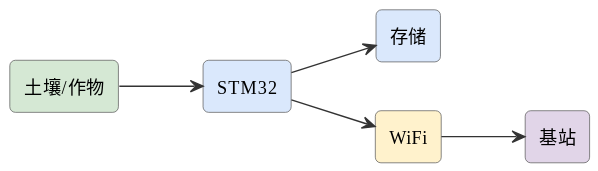
Earlier version of the PlantUML export assets/diagrams/ideas-fig26.svg (mingyi0818/IntelligentMcuCourse).
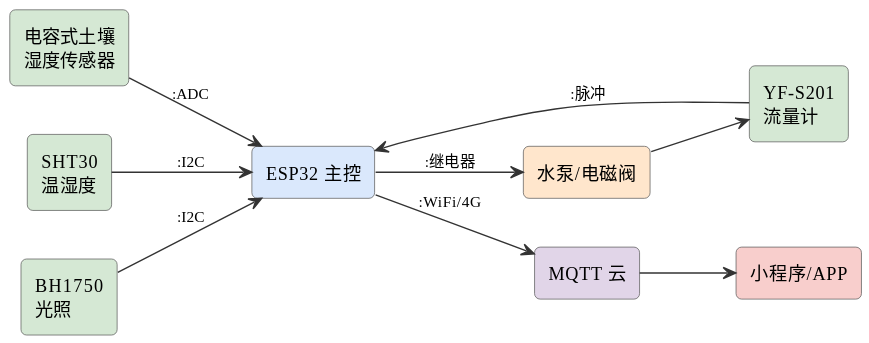
Later version of the same file.

What changed in the source:
```diff
@@ -6,13 +6,20 @@
 skinparam arrowFontSize 11
 skinparam arrowColor #333
 left to right direction
-rectangle "土壤/作物" as s #d5e8d4
-rectangle "STM32" as stm #dae8fc
-rectangle "存储" as mem #dae8fc
-rectangle "WiFi" as wifi #fff2cc
-rectangle "基站" as base #e1d5e8
-s --> stm
-stm --> mem
-stm --> wifi
-wifi --> base
+rectangle "电容式土壤\n湿度传感器" as soil #d5e8d4
+rectangle "SHT30\n温湿度" as sht #d5e8d4
+rectangle "BH1750\n光照" as lux #d5e8d4
+rectangle "ESP32 主控" as esp #dae8fc
+rectangle "水泵/电磁阀" as pump #ffe6cc
+rectangle "YF-S201\n流量计" as flow #d5e8d4
+rectangle "MQTT 云" as mqtt #e1d5e8
+rectangle "小程序/APP" as app #f8cecc
+soil --> esp : :ADC
+sht --> esp : :I2C
+lux --> esp : :I2C
+esp --> pump : :继电器
+pump --> flow
+flow --> esp : :脉冲
+esp --> mqtt : :WiFi/4G
+mqtt --> app
 @enduml
```
